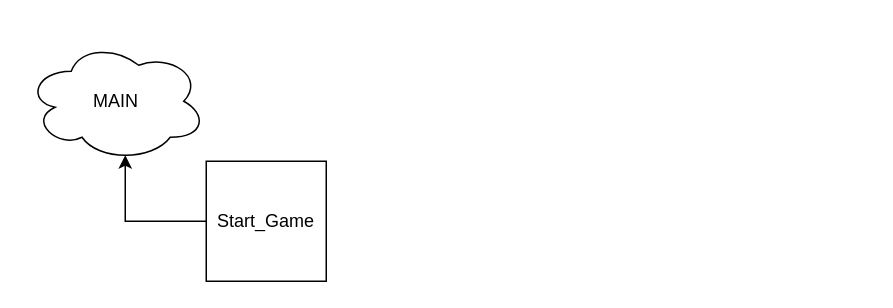
Before: chess/Flow-Diagram.drawio in TalhaProgrammer92/Assembly-8086, a draw.io diagram. Source tidied: cells renumbered, new cells numbered last; positions are measured from the earlier drawing's top-left corner, leaving out a move shared by most shapes. Both pictures are drawn from the tidied source at 150%, with x=0, y=0 at pixel (26, 40).
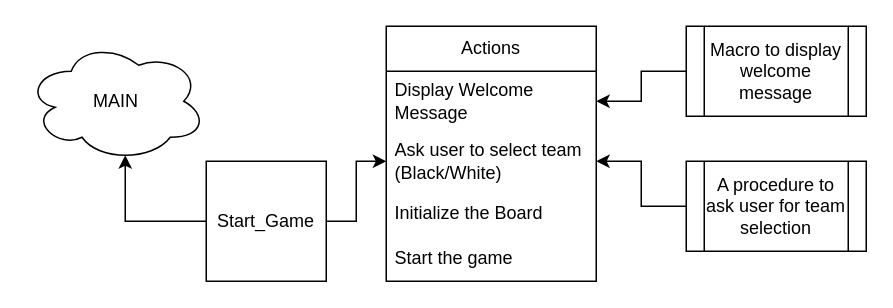
The same diagram, later.

The edit, as a diff of the source:
```diff
@@
 <mxGraphModel>
   <root>
     <mxCell id="0" />
     <mxCell id="1" parent="0" />
     <mxCell id="2" value="MAIN" style="ellipse;shape=cloud;whiteSpace=wrap;html=1;" parent="1" vertex="1">
       <mxGeometry width="120" height="80" as="geometry" />
     </mxCell>
+    <mxCell id="5" style="edgeStyle=orthogonalEdgeStyle;rounded=0;jettySize=auto;html=1;entryX=0;entryY=0.5;entryDx=0;entryDy=0;" parent="1" edge="1" source="3" target="8">
+      <mxGeometry relative="1" as="geometry" />
+    </mxCell>
     <mxCell id="3" value="Start_Game" style="whiteSpace=wrap;html=1;" parent="1" vertex="1">
       <mxGeometry x="120" y="80" width="80" height="80" as="geometry" />
     </mxCell>
     <mxCell id="4" style="edgeStyle=orthogonalEdgeStyle;rounded=0;jettySize=auto;html=1;entryX=0.55;entryY=0.95;entryDx=0;entryDy=0;entryPerimeter=0;" parent="1" edge="1" source="3" target="2">
       <mxGeometry relative="1" as="geometry">
         <Array as="points">
           <mxPoint x="66" y="120" />
         </Array>
       </mxGeometry>
     </mxCell>
+    <mxCell id="6" value="Actions" style="swimlane;fontStyle=0;horizontal=1;startSize=30;whiteSpace=wrap;html=1;" parent="1" vertex="1">
+      <mxGeometry x="240" y="-10" width="140" height="170" as="geometry" />
+    </mxCell>
+    <mxCell id="7" value="Display Welcome Message" style="text;strokeColor=none;fillColor=none;align=left;verticalAlign=middle;spacingLeft=4;spacingRight=4;overflow=hidden;points=[[0,0.5],[1,0.5]];portConstraint=eastwest;whiteSpace=wrap;html=1;" parent="6" vertex="1">
+      <mxGeometry y="30" width="140" height="40" as="geometry" />
+    </mxCell>
+    <mxCell id="8" value="Ask user to select team (Black/White)" style="text;strokeColor=none;fillColor=none;align=left;verticalAlign=middle;spacingLeft=4;spacingRight=4;overflow=hidden;points=[[0,0.5],[1,0.5]];portConstraint=eastwest;whiteSpace=wrap;html=1;" parent="6" vertex="1">
+      <mxGeometry y="70" width="140" height="40" as="geometry" />
+    </mxCell>
+    <mxCell id="9" value="Initialize the Board" style="text;strokeColor=none;fillColor=none;align=left;verticalAlign=middle;spacingLeft=4;spacingRight=4;overflow=hidden;whiteSpace=wrap;html=1;" parent="6" vertex="1">
+      <mxGeometry y="110" width="140" height="30" as="geometry" />
+    </mxCell>
+    <mxCell id="10" value="Start the game" style="text;strokeColor=none;fillColor=none;align=left;verticalAlign=middle;spacingLeft=4;spacingRight=4;overflow=hidden;whiteSpace=wrap;html=1;" parent="6" vertex="1">
+      <mxGeometry y="140" width="140" height="30" as="geometry" />
+    </mxCell>
+    <mxCell id="11" style="edgeStyle=orthogonalEdgeStyle;rounded=0;jettySize=auto;html=1;entryX=1;entryY=0.5;entryDx=0;entryDy=0;" parent="1" edge="1" source="12" target="7">
+      <mxGeometry relative="1" as="geometry" />
+    </mxCell>
+    <mxCell id="12" value="Macro to display welcome message" style="shape=process;whiteSpace=wrap;html=1;backgroundOutline=1;" parent="1" vertex="1">
+      <mxGeometry x="440" y="-10" width="120" height="60" as="geometry" />
+    </mxCell>
+    <mxCell id="13" style="edgeStyle=orthogonalEdgeStyle;rounded=0;jettySize=auto;html=1;entryX=1;entryY=0.5;entryDx=0;entryDy=0;" parent="1" edge="1" source="14" target="8">
+      <mxGeometry relative="1" as="geometry" />
+    </mxCell>
+    <mxCell id="14" value="A procedure to ask user for team selection" style="shape=process;whiteSpace=wrap;html=1;backgroundOutline=1;" parent="1" vertex="1">
+      <mxGeometry x="440" y="80" width="120" height="60" as="geometry" />
+    </mxCell>
   </root>
 </mxGraphModel>
```
